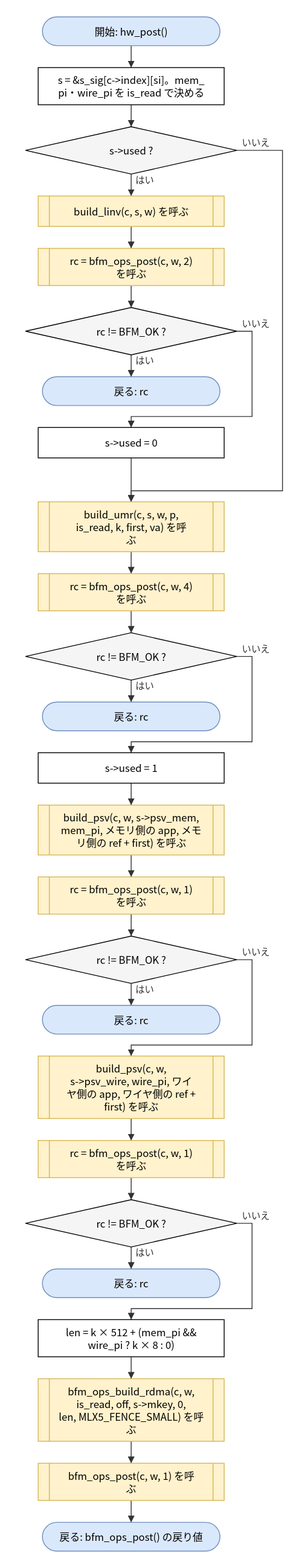
Before: doc/spec/images/flow_src_bfm_dif-hw_post.drawio.svg, a diagram exported from draw.io (hf355051012-ai/bfmem). Source tidied: cells renumbered, new cells last; positions are measured from the earlier drawing's top-left corner, leaving out a move shared by most shapes.
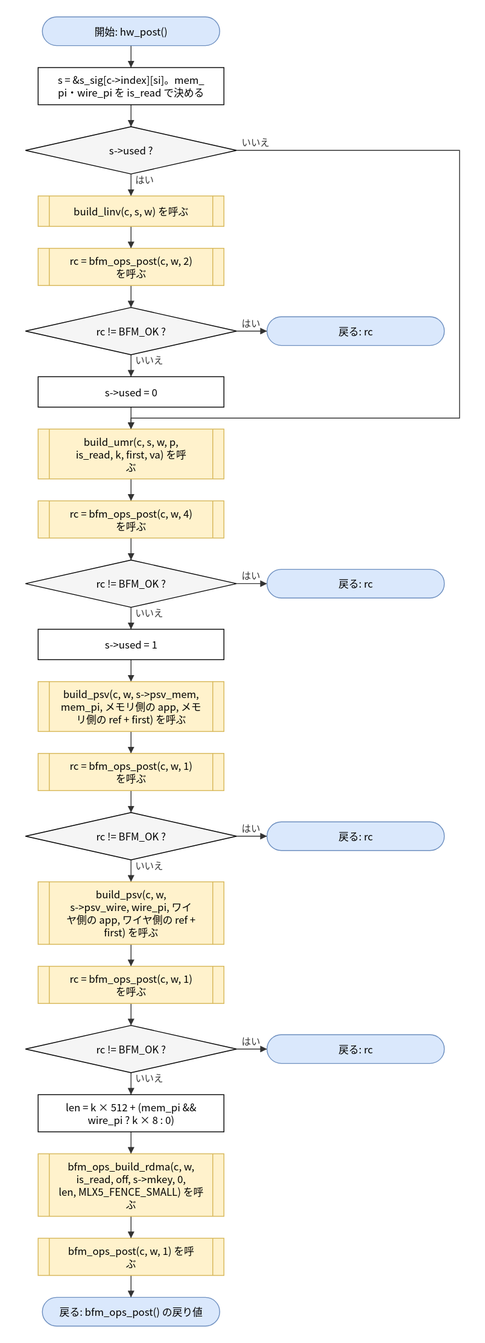
After the change.

Diff of the diagram source:
```diff
@@ -21,61 +21,61 @@
       <mxGeometry y="344" width="250" height="56" as="geometry" />
     </mxCell>
     <mxCell id="8" value="戻る: rc" style="rounded=1;arcSize=50;whiteSpace=wrap;html=1;fillColor=#dae8fc;strokeColor=#6c8ebf;" parent="1" vertex="1">
-      <mxGeometry x="20" y="426" width="210" height="34" as="geometry" />
+      <mxGeometry x="286" y="355" width="210" height="34" as="geometry" />
     </mxCell>
     <mxCell id="9" value="s-&amp;gt;used = 0" style="rounded=0;whiteSpace=wrap;html=1;" parent="1" vertex="1">
-      <mxGeometry x="15" y="486" width="220" height="36" as="geometry" />
+      <mxGeometry x="15" y="426" width="220" height="36" as="geometry" />
     </mxCell>
     <mxCell id="10" value="build_umr(c, s, w, p,&lt;br&gt;is_read, k, first, va) を呼&lt;br&gt;ぶ" style="shape=process;whiteSpace=wrap;html=1;backgroundOutline=1;size=0.06;fillColor=#fff2cc;strokeColor=#d6b656;" parent="1" vertex="1">
-      <mxGeometry x="15" y="574" width="220" height="59" as="geometry" />
+      <mxGeometry x="15" y="488" width="220" height="59" as="geometry" />
     </mxCell>
     <mxCell id="11" value="rc = bfm_ops_post(c, w, 4)&lt;br&gt;を呼ぶ" style="shape=process;whiteSpace=wrap;html=1;backgroundOutline=1;size=0.06;fillColor=#fff2cc;strokeColor=#d6b656;" parent="1" vertex="1">
-      <mxGeometry x="15" y="659" width="220" height="44" as="geometry" />
+      <mxGeometry x="15" y="573" width="220" height="44" as="geometry" />
     </mxCell>
     <mxCell id="12" value="rc != BFM_OK ?" style="rhombus;whiteSpace=wrap;html=1;fillColor=#f5f5f5;" parent="1" vertex="1">
-      <mxGeometry y="729" width="250" height="56" as="geometry" />
+      <mxGeometry y="643" width="250" height="56" as="geometry" />
     </mxCell>
     <mxCell id="13" value="戻る: rc" style="rounded=1;arcSize=50;whiteSpace=wrap;html=1;fillColor=#dae8fc;strokeColor=#6c8ebf;" parent="1" vertex="1">
-      <mxGeometry x="20" y="811" width="210" height="34" as="geometry" />
+      <mxGeometry x="286" y="654" width="210" height="34" as="geometry" />
     </mxCell>
     <mxCell id="14" value="s-&amp;gt;used = 1" style="rounded=0;whiteSpace=wrap;html=1;" parent="1" vertex="1">
-      <mxGeometry x="15" y="871" width="220" height="36" as="geometry" />
+      <mxGeometry x="15" y="725" width="220" height="36" as="geometry" />
     </mxCell>
     <mxCell id="15" value="build_psv(c, w, s-&amp;gt;psv_mem,&lt;br&gt;mem_pi, メモリ側の app, メモ&lt;br&gt;リ側の ref + first) を呼ぶ" style="shape=process;whiteSpace=wrap;html=1;backgroundOutline=1;size=0.06;fillColor=#fff2cc;strokeColor=#d6b656;" parent="1" vertex="1">
-      <mxGeometry x="15" y="933" width="220" height="59" as="geometry" />
+      <mxGeometry x="15" y="787" width="220" height="59" as="geometry" />
     </mxCell>
     <mxCell id="16" value="rc = bfm_ops_post(c, w, 1)&lt;br&gt;を呼ぶ" style="shape=process;whiteSpace=wrap;html=1;backgroundOutline=1;size=0.06;fillColor=#fff2cc;strokeColor=#d6b656;" parent="1" vertex="1">
-      <mxGeometry x="15" y="1018" width="220" height="44" as="geometry" />
+      <mxGeometry x="15" y="872" width="220" height="44" as="geometry" />
     </mxCell>
     <mxCell id="17" value="rc != BFM_OK ?" style="rhombus;whiteSpace=wrap;html=1;fillColor=#f5f5f5;" parent="1" vertex="1">
-      <mxGeometry y="1088" width="250" height="56" as="geometry" />
+      <mxGeometry y="942" width="250" height="56" as="geometry" />
     </mxCell>
     <mxCell id="18" value="戻る: rc" style="rounded=1;arcSize=50;whiteSpace=wrap;html=1;fillColor=#dae8fc;strokeColor=#6c8ebf;" parent="1" vertex="1">
-      <mxGeometry x="20" y="1170" width="210" height="34" as="geometry" />
+      <mxGeometry x="286" y="953" width="210" height="34" as="geometry" />
     </mxCell>
     <mxCell id="19" value="build_psv(c, w,&lt;br&gt;s-&amp;gt;psv_wire, wire_pi, ワイ&lt;br&gt;ヤ側の app, ワイヤ側の ref +&lt;br&gt;first) を呼ぶ" style="shape=process;whiteSpace=wrap;html=1;backgroundOutline=1;size=0.06;fillColor=#fff2cc;strokeColor=#d6b656;" parent="1" vertex="1">
-      <mxGeometry x="15" y="1230" width="220" height="74" as="geometry" />
+      <mxGeometry x="15" y="1024" width="220" height="74" as="geometry" />
     </mxCell>
     <mxCell id="20" value="rc = bfm_ops_post(c, w, 1)&lt;br&gt;を呼ぶ" style="shape=process;whiteSpace=wrap;html=1;backgroundOutline=1;size=0.06;fillColor=#fff2cc;strokeColor=#d6b656;" parent="1" vertex="1">
-      <mxGeometry x="15" y="1330" width="220" height="44" as="geometry" />
+      <mxGeometry x="15" y="1124" width="220" height="44" as="geometry" />
     </mxCell>
     <mxCell id="21" value="rc != BFM_OK ?" style="rhombus;whiteSpace=wrap;html=1;fillColor=#f5f5f5;" parent="1" vertex="1">
-      <mxGeometry y="1400" width="250" height="56" as="geometry" />
+      <mxGeometry y="1194" width="250" height="56" as="geometry" />
     </mxCell>
     <mxCell id="22" value="戻る: rc" style="rounded=1;arcSize=50;whiteSpace=wrap;html=1;fillColor=#dae8fc;strokeColor=#6c8ebf;" parent="1" vertex="1">
-      <mxGeometry x="20" y="1482" width="210" height="34" as="geometry" />
+      <mxGeometry x="286" y="1205" width="210" height="34" as="geometry" />
     </mxCell>
     <mxCell id="23" value="len = k × 512 + (mem_pi &amp;amp;&amp;amp;&lt;br&gt;wire_pi ? k × 8 : 0)" style="rounded=0;whiteSpace=wrap;html=1;" parent="1" vertex="1">
-      <mxGeometry x="15" y="1542" width="220" height="44" as="geometry" />
+      <mxGeometry x="15" y="1276" width="220" height="44" as="geometry" />
     </mxCell>
     <mxCell id="24" value="bfm_ops_build_rdma(c, w,&lt;br&gt;is_read, off, s-&amp;gt;mkey, 0,&lt;br&gt;len, MLX5_FENCE_SMALL) を呼&lt;br&gt;ぶ" style="shape=process;whiteSpace=wrap;html=1;backgroundOutline=1;size=0.06;fillColor=#fff2cc;strokeColor=#d6b656;" parent="1" vertex="1">
-      <mxGeometry x="15" y="1612" width="220" height="74" as="geometry" />
+      <mxGeometry x="15" y="1346" width="220" height="74" as="geometry" />
     </mxCell>
     <mxCell id="25" value="bfm_ops_post(c, w, 1) を呼&lt;br&gt;ぶ" style="shape=process;whiteSpace=wrap;html=1;backgroundOutline=1;size=0.06;fillColor=#fff2cc;strokeColor=#d6b656;" parent="1" vertex="1">
-      <mxGeometry x="15" y="1712" width="220" height="44" as="geometry" />
+      <mxGeometry x="15" y="1446" width="220" height="44" as="geometry" />
     </mxCell>
     <mxCell id="26" value="戻る: bfm_ops_post() の戻り値" style="rounded=1;arcSize=50;whiteSpace=wrap;html=1;fillColor=#dae8fc;strokeColor=#6c8ebf;" parent="1" vertex="1">
-      <mxGeometry x="20" y="1782" width="210" height="34" as="geometry" />
+      <mxGeometry x="20" y="1516" width="210" height="34" as="geometry" />
     </mxCell>
     <mxCell id="27" style="edgeStyle=none;html=1;rounded=0;endArrow=block;endFill=1;exitX=0.5000;exitY=1.0000;exitDx=0;exitDy=0;exitPerimeter=0;entryX=0.5000;entryY=0.0000;entryDx=0;entryDy=0;entryPerimeter=0;" parent="1" edge="1" source="2" target="3">
       <mxGeometry relative="1" as="geometry" />
@@ -92,17 +92,11 @@
     <mxCell id="31" style="edgeStyle=none;html=1;rounded=0;endArrow=block;endFill=1;exitX=0.5000;exitY=1.0000;exitDx=0;exitDy=0;exitPerimeter=0;entryX=0.5000;entryY=0.0000;entryDx=0;entryDy=0;entryPerimeter=0;" parent="1" edge="1" source="6" target="7">
       <mxGeometry relative="1" as="geometry" />
     </mxCell>
-    <mxCell id="32" value="はい" style="edgeStyle=none;html=1;rounded=0;endArrow=block;endFill=1;exitX=0.5000;exitY=1.0000;exitDx=0;exitDy=0;exitPerimeter=0;entryX=0.5000;entryY=0.0000;entryDx=0;entryDy=0;entryPerimeter=0;" parent="1" edge="1" source="7" target="8">
+    <mxCell id="32" value="はい" style="edgeStyle=none;html=1;rounded=0;endArrow=block;endFill=1;exitX=1.0000;exitY=0.5000;exitDx=0;exitDy=0;exitPerimeter=0;entryX=0.0000;entryY=0.5000;entryDx=0;entryDy=0;entryPerimeter=0;" parent="1" edge="1" source="7" target="8">
       <mxGeometry relative="1" as="geometry" />
     </mxCell>
-    <mxCell id="33" value="いいえ" style="edgeStyle=none;html=1;rounded=0;endArrow=block;endFill=1;exitX=1.0000;exitY=0.5000;exitDx=0;exitDy=0;exitPerimeter=0;entryX=0.5000;entryY=0.0000;entryDx=0;entryDy=0;entryPerimeter=0;" parent="1" edge="1" source="7" target="9">
-      <mxGeometry relative="1" as="geometry">
-        <Array as="points">
-          <mxPoint x="268" y="372" />
-          <mxPoint x="268" y="473" />
-          <mxPoint x="125" y="473" />
-        </Array>
-      </mxGeometry>
+    <mxCell id="33" value="いいえ" style="edgeStyle=none;html=1;rounded=0;endArrow=block;endFill=1;exitX=0.5000;exitY=1.0000;exitDx=0;exitDy=0;exitPerimeter=0;entryX=0.5000;entryY=0.0000;entryDx=0;entryDy=0;entryPerimeter=0;" parent="1" edge="1" source="7" target="9">
+      <mxGeometry relative="1" as="geometry" />
     </mxCell>
     <mxCell id="34" style="edgeStyle=none;html=1;rounded=0;endArrow=block;endFill=1;exitX=0.5000;exitY=1.0000;exitDx=0;exitDy=0;exitPerimeter=0;entryX=0.5000;entryY=0.0000;entryDx=0;entryDy=0;entryPerimeter=0;" parent="1" edge="1" source="9" target="10">
       <mxGeometry relative="1" as="geometry" />
@@ -110,9 +104,9 @@
     <mxCell id="35" value="いいえ" style="edgeStyle=none;html=1;rounded=0;endArrow=block;endFill=1;exitX=1.0000;exitY=0.5000;exitDx=0;exitDy=0;exitPerimeter=0;entryX=0.5000;entryY=0.0000;entryDx=0;entryDy=0;entryPerimeter=0;" parent="1" edge="1" source="4" target="10">
       <mxGeometry relative="1" as="geometry">
         <Array as="points">
-          <mxPoint x="304" y="158" />
-          <mxPoint x="304" y="561" />
-          <mxPoint x="125" y="561" />
+          <mxPoint x="514" y="158" />
+          <mxPoint x="514" y="475" />
+          <mxPoint x="125" y="475" />
         </Array>
       </mxGeometry>
     </mxCell>
@@ -122,17 +116,11 @@
     <mxCell id="37" style="edgeStyle=none;html=1;rounded=0;endArrow=block;endFill=1;exitX=0.5000;exitY=1.0000;exitDx=0;exitDy=0;exitPerimeter=0;entryX=0.5000;entryY=0.0000;entryDx=0;entryDy=0;entryPerimeter=0;" parent="1" edge="1" source="11" target="12">
       <mxGeometry relative="1" as="geometry" />
     </mxCell>
-    <mxCell id="38" value="はい" style="edgeStyle=none;html=1;rounded=0;endArrow=block;endFill=1;exitX=0.5000;exitY=1.0000;exitDx=0;exitDy=0;exitPerimeter=0;entryX=0.5000;entryY=0.0000;entryDx=0;entryDy=0;entryPerimeter=0;" parent="1" edge="1" source="12" target="13">
+    <mxCell id="38" value="はい" style="edgeStyle=none;html=1;rounded=0;endArrow=block;endFill=1;exitX=1.0000;exitY=0.5000;exitDx=0;exitDy=0;exitPerimeter=0;entryX=0.0000;entryY=0.5000;entryDx=0;entryDy=0;entryPerimeter=0;" parent="1" edge="1" source="12" target="13">
       <mxGeometry relative="1" as="geometry" />
     </mxCell>
-    <mxCell id="39" value="いいえ" style="edgeStyle=none;html=1;rounded=0;endArrow=block;endFill=1;exitX=1.0000;exitY=0.5000;exitDx=0;exitDy=0;exitPerimeter=0;entryX=0.5000;entryY=0.0000;entryDx=0;entryDy=0;entryPerimeter=0;" parent="1" edge="1" source="12" target="14">
-      <mxGeometry relative="1" as="geometry">
-        <Array as="points">
-          <mxPoint x="268" y="757" />
-          <mxPoint x="268" y="858" />
-          <mxPoint x="125" y="858" />
-        </Array>
-      </mxGeometry>
+    <mxCell id="39" value="いいえ" style="edgeStyle=none;html=1;rounded=0;endArrow=block;endFill=1;exitX=0.5000;exitY=1.0000;exitDx=0;exitDy=0;exitPerimeter=0;entryX=0.5000;entryY=0.0000;entryDx=0;entryDy=0;entryPerimeter=0;" parent="1" edge="1" source="12" target="14">
+      <mxGeometry relative="1" as="geometry" />
     </mxCell>
     <mxCell id="40" style="edgeStyle=none;html=1;rounded=0;endArrow=block;endFill=1;exitX=0.5000;exitY=1.0000;exitDx=0;exitDy=0;exitPerimeter=0;entryX=0.5000;entryY=0.0000;entryDx=0;entryDy=0;entryPerimeter=0;" parent="1" edge="1" source="14" target="15">
       <mxGeometry relative="1" as="geometry" />
@@ -143,17 +131,11 @@
     <mxCell id="42" style="edgeStyle=none;html=1;rounded=0;endArrow=block;endFill=1;exitX=0.5000;exitY=1.0000;exitDx=0;exitDy=0;exitPerimeter=0;entryX=0.5000;entryY=0.0000;entryDx=0;entryDy=0;entryPerimeter=0;" parent="1" edge="1" source="16" target="17">
       <mxGeometry relative="1" as="geometry" />
     </mxCell>
-    <mxCell id="43" value="はい" style="edgeStyle=none;html=1;rounded=0;endArrow=block;endFill=1;exitX=0.5000;exitY=1.0000;exitDx=0;exitDy=0;exitPerimeter=0;entryX=0.5000;entryY=0.0000;entryDx=0;entryDy=0;entryPerimeter=0;" parent="1" edge="1" source="17" target="18">
+    <mxCell id="43" value="はい" style="edgeStyle=none;html=1;rounded=0;endArrow=block;endFill=1;exitX=1.0000;exitY=0.5000;exitDx=0;exitDy=0;exitPerimeter=0;entryX=0.0000;entryY=0.5000;entryDx=0;entryDy=0;entryPerimeter=0;" parent="1" edge="1" source="17" target="18">
       <mxGeometry relative="1" as="geometry" />
     </mxCell>
-    <mxCell id="44" value="いいえ" style="edgeStyle=none;html=1;rounded=0;endArrow=block;endFill=1;exitX=1.0000;exitY=0.5000;exitDx=0;exitDy=0;exitPerimeter=0;entryX=0.5000;entryY=0.0000;entryDx=0;entryDy=0;entryPerimeter=0;" parent="1" edge="1" source="17" target="19">
-      <mxGeometry relative="1" as="geometry">
-        <Array as="points">
-          <mxPoint x="268" y="1116" />
-          <mxPoint x="268" y="1217" />
-          <mxPoint x="125" y="1217" />
-        </Array>
-      </mxGeometry>
+    <mxCell id="44" value="いいえ" style="edgeStyle=none;html=1;rounded=0;endArrow=block;endFill=1;exitX=0.5000;exitY=1.0000;exitDx=0;exitDy=0;exitPerimeter=0;entryX=0.5000;entryY=0.0000;entryDx=0;entryDy=0;entryPerimeter=0;" parent="1" edge="1" source="17" target="19">
+      <mxGeometry relative="1" as="geometry" />
     </mxCell>
     <mxCell id="45" style="edgeStyle=none;html=1;rounded=0;endArrow=block;endFill=1;exitX=0.5000;exitY=1.0000;exitDx=0;exitDy=0;exitPerimeter=0;entryX=0.5000;entryY=0.0000;entryDx=0;entryDy=0;entryPerimeter=0;" parent="1" edge="1" source="19" target="20">
       <mxGeometry relative="1" as="geometry" />
@@ -161,17 +143,11 @@
     <mxCell id="46" style="edgeStyle=none;html=1;rounded=0;endArrow=block;endFill=1;exitX=0.5000;exitY=1.0000;exitDx=0;exitDy=0;exitPerimeter=0;entryX=0.5000;entryY=0.0000;entryDx=0;entryDy=0;entryPerimeter=0;" parent="1" edge="1" source="20" target="21">
       <mxGeometry relative="1" as="geometry" />
     </mxCell>
-    <mxCell id="47" value="はい" style="edgeStyle=none;html=1;rounded=0;endArrow=block;endFill=1;exitX=0.5000;exitY=1.0000;exitDx=0;exitDy=0;exitPerimeter=0;entryX=0.5000;entryY=0.0000;entryDx=0;entryDy=0;entryPerimeter=0;" parent="1" edge="1" source="21" target="22">
+    <mxCell id="47" value="はい" style="edgeStyle=none;html=1;rounded=0;endArrow=block;endFill=1;exitX=1.0000;exitY=0.5000;exitDx=0;exitDy=0;exitPerimeter=0;entryX=0.0000;entryY=0.5000;entryDx=0;entryDy=0;entryPerimeter=0;" parent="1" edge="1" source="21" target="22">
       <mxGeometry relative="1" as="geometry" />
     </mxCell>
-    <mxCell id="48" value="いいえ" style="edgeStyle=none;html=1;rounded=0;endArrow=block;endFill=1;exitX=1.0000;exitY=0.5000;exitDx=0;exitDy=0;exitPerimeter=0;entryX=0.5000;entryY=0.0000;entryDx=0;entryDy=0;entryPerimeter=0;" parent="1" edge="1" source="21" target="23">
-      <mxGeometry relative="1" as="geometry">
-        <Array as="points">
-          <mxPoint x="268" y="1428" />
-          <mxPoint x="268" y="1529" />
-          <mxPoint x="125" y="1529" />
-        </Array>
-      </mxGeometry>
+    <mxCell id="48" value="いいえ" style="edgeStyle=none;html=1;rounded=0;endArrow=block;endFill=1;exitX=0.5000;exitY=1.0000;exitDx=0;exitDy=0;exitPerimeter=0;entryX=0.5000;entryY=0.0000;entryDx=0;entryDy=0;entryPerimeter=0;" parent="1" edge="1" source="21" target="23">
+      <mxGeometry relative="1" as="geometry" />
     </mxCell>
     <mxCell id="49" style="edgeStyle=none;html=1;rounded=0;endArrow=block;endFill=1;exitX=0.5000;exitY=1.0000;exitDx=0;exitDy=0;exitPerimeter=0;entryX=0.5000;entryY=0.0000;entryDx=0;entryDy=0;entryPerimeter=0;" parent="1" edge="1" source="23" target="24">
       <mxGeometry relative="1" as="geometry" />
```
